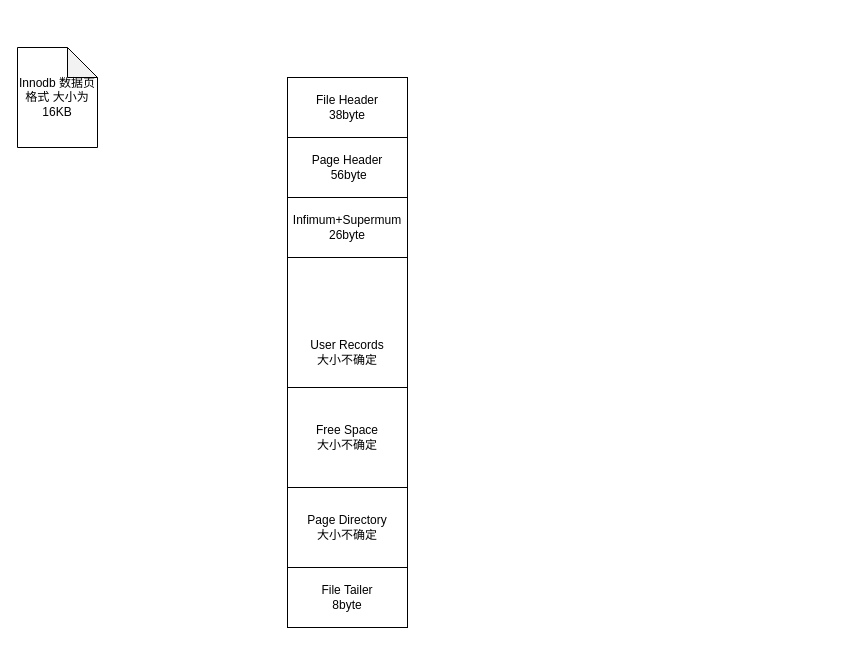
Above: graph/Innodb数据页.drawio in monkey92/notepad (draw.io), before the change. Source tidied: cells renumbered, new cells numbered last; positions are measured from the earlier drawing's top-left corner, leaving out a move shared by most shapes. Both pictures are drawn from the tidied source at 100%, with x=0, y=0 at pixel (17, 47).
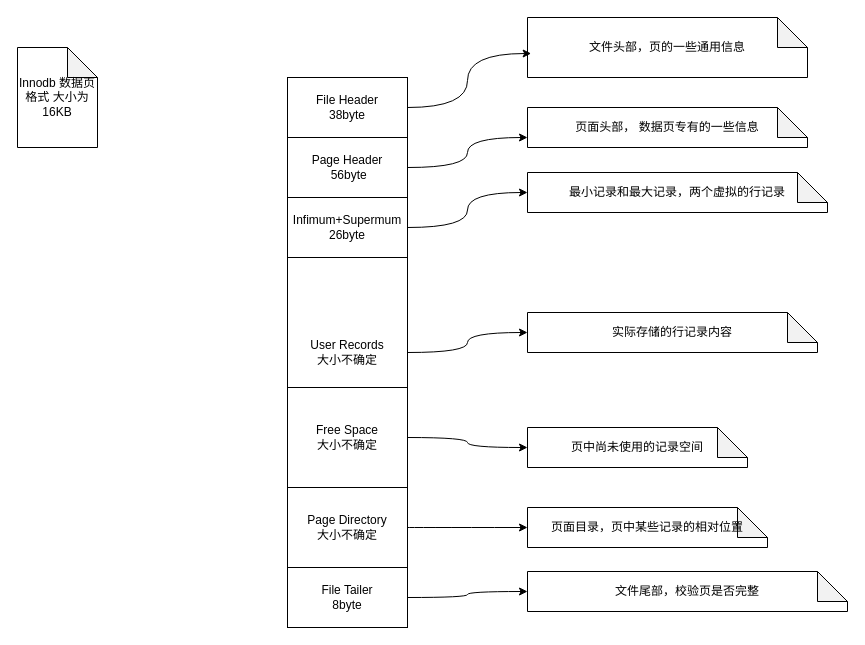
Above is the later version.

Commit message (it also covers changes not shown here):
更新Innodb数据页.drawio

Unchanged cells that the change refers to:
```xml
<mxCell id="3" value="User Records&lt;br&gt;大小不确定" style="rounded=0;whiteSpace=wrap;html=1;" parent="2" vertex="1">
  <mxGeometry width="120" height="550" as="geometry" />
</mxCell>
<mxCell id="4" value="File Header &lt;br&gt;38byte" style="rounded=0;whiteSpace=wrap;html=1;" parent="2" vertex="1">
  <mxGeometry width="120" height="60" as="geometry" />
</mxCell>
<mxCell id="5" value="Page Header&lt;br&gt;&amp;nbsp;56byte" style="rounded=0;whiteSpace=wrap;html=1;" parent="2" vertex="1">
  <mxGeometry y="60" width="120" height="60" as="geometry" />
</mxCell>
<mxCell id="6" value="Infimum+Supermum&lt;br&gt;26byte" style="rounded=0;whiteSpace=wrap;html=1;" parent="2" vertex="1">
  <mxGeometry y="120" width="120" height="60" as="geometry" />
</mxCell>
<mxCell id="7" value="File Tailer&lt;br&gt;8byte" style="rounded=0;whiteSpace=wrap;html=1;" parent="2" vertex="1">
  <mxGeometry y="490" width="120" height="60" as="geometry" />
</mxCell>
<mxCell id="8" value="Free Space&lt;br&gt;大小不确定" style="rounded=0;whiteSpace=wrap;html=1;" parent="2" vertex="1">
  <mxGeometry y="310" width="120" height="100" as="geometry" />
</mxCell>
<mxCell id="9" value="Page Directory&lt;br&gt;大小不确定" style="rounded=0;whiteSpace=wrap;html=1;" parent="2" vertex="1">
  <mxGeometry y="410" width="120" height="80" as="geometry" />
</mxCell>
```

What changed in the source:
```diff
@@
+    <mxCell id="11" value="文件头部，页的一些通用信息" style="shape=note;whiteSpace=wrap;html=1;backgroundOutline=1;darkOpacity=0.05;" parent="1" vertex="1">
+      <mxGeometry x="510" y="-30" width="280" height="60" as="geometry" />
+    </mxCell>
+    <mxCell id="12" style="edgeStyle=orthogonalEdgeStyle;rounded=0;jettySize=auto;html=1;entryX=0.013;entryY=0.6;entryDx=0;entryDy=0;entryPerimeter=0;curved=1;" parent="1" edge="1" source="4" target="11">
+      <mxGeometry relative="1" as="geometry" />
+    </mxCell>
+    <mxCell id="13" value="页面头部， 数据页专有的一些信息" style="shape=note;whiteSpace=wrap;html=1;backgroundOutline=1;darkOpacity=0.05;" parent="1" vertex="1">
+      <mxGeometry x="510" y="60" width="280" height="40" as="geometry" />
+    </mxCell>
+    <mxCell id="14" value="最小记录和最大记录，两个虚拟的行记录" style="shape=note;whiteSpace=wrap;html=1;backgroundOutline=1;darkOpacity=0.05;" parent="1" vertex="1">
+      <mxGeometry x="510" y="125" width="300" height="40" as="geometry" />
+    </mxCell>
+    <mxCell id="15" value="实际存储的行记录内容" style="shape=note;whiteSpace=wrap;html=1;backgroundOutline=1;darkOpacity=0.05;" parent="1" vertex="1">
+      <mxGeometry x="510" y="265" width="290" height="40" as="geometry" />
+    </mxCell>
+    <mxCell id="16" value="页中尚未使用的记录空间" style="shape=note;whiteSpace=wrap;html=1;backgroundOutline=1;darkOpacity=0.05;" parent="1" vertex="1">
+      <mxGeometry x="510" y="380" width="220" height="40" as="geometry" />
+    </mxCell>
+    <mxCell id="17" value="页面目录，页中某些记录的相对位置" style="shape=note;whiteSpace=wrap;html=1;backgroundOutline=1;darkOpacity=0.05;" parent="1" vertex="1">
+      <mxGeometry x="510" y="460" width="240" height="40" as="geometry" />
+    </mxCell>
+    <mxCell id="18" value="文件尾部，校验页是否完整" style="shape=note;whiteSpace=wrap;html=1;backgroundOutline=1;darkOpacity=0.05;" parent="1" vertex="1">
+      <mxGeometry x="510" y="524" width="320" height="40" as="geometry" />
+    </mxCell>
+    <mxCell id="19" style="edgeStyle=orthogonalEdgeStyle;curved=1;rounded=0;jettySize=auto;html=1;entryX=0;entryY=0.75;entryDx=0;entryDy=0;entryPerimeter=0;" parent="1" edge="1" source="5" target="13">
+      <mxGeometry relative="1" as="geometry" />
+    </mxCell>
+    <mxCell id="20" style="edgeStyle=orthogonalEdgeStyle;curved=1;rounded=0;jettySize=auto;html=1;exitX=1;exitY=0.5;exitDx=0;exitDy=0;entryX=0;entryY=0.5;entryDx=0;entryDy=0;entryPerimeter=0;" parent="1" edge="1" source="6" target="14">
+      <mxGeometry relative="1" as="geometry" />
+    </mxCell>
+    <mxCell id="21" style="edgeStyle=orthogonalEdgeStyle;curved=1;rounded=0;jettySize=auto;html=1;entryX=0;entryY=0.5;entryDx=0;entryDy=0;entryPerimeter=0;" parent="1" edge="1" source="3" target="15">
+      <mxGeometry relative="1" as="geometry" />
+    </mxCell>
+    <mxCell id="22" style="edgeStyle=orthogonalEdgeStyle;curved=1;rounded=0;jettySize=auto;html=1;entryX=0;entryY=0.5;entryDx=0;entryDy=0;entryPerimeter=0;" parent="1" edge="1" source="8" target="16">
+      <mxGeometry relative="1" as="geometry" />
+    </mxCell>
+    <mxCell id="23" style="edgeStyle=orthogonalEdgeStyle;curved=1;rounded=0;jettySize=auto;html=1;entryX=0;entryY=0.5;entryDx=0;entryDy=0;entryPerimeter=0;" parent="1" edge="1" source="9" target="17">
+      <mxGeometry relative="1" as="geometry" />
+    </mxCell>
+    <mxCell id="24" style="edgeStyle=orthogonalEdgeStyle;curved=1;rounded=0;jettySize=auto;html=1;" parent="1" edge="1" source="7" target="18">
+      <mxGeometry relative="1" as="geometry" />
+    </mxCell>
```
